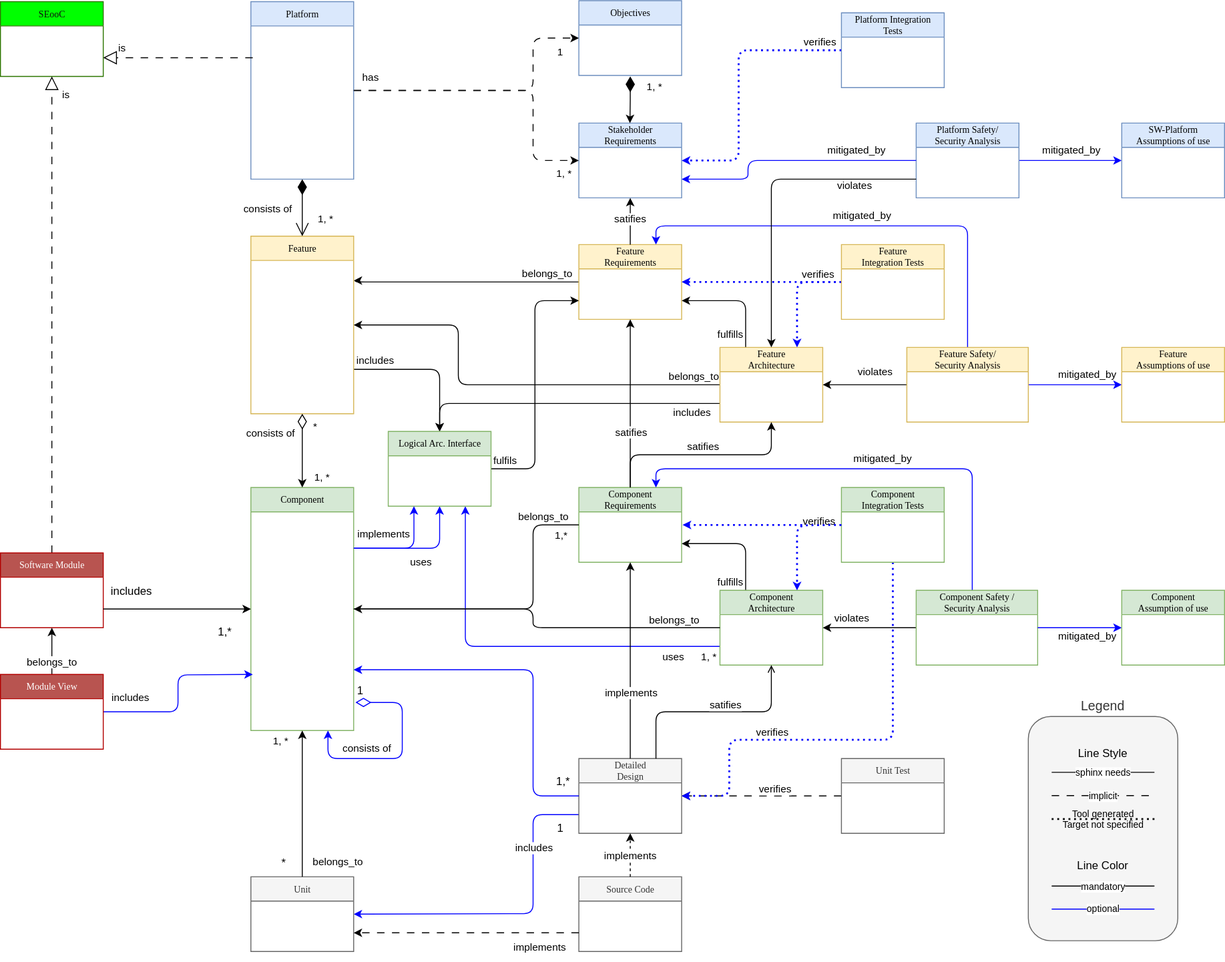
Before: main/_images/score_building_blocks_meta_model.drawio.svg, a diagram exported from draw.io (qorix-group/process_description). Source tidied: cells renumbered, new cells last; positions are measured from the earlier drawing's top-left corner, leaving out a move shared by most shapes.
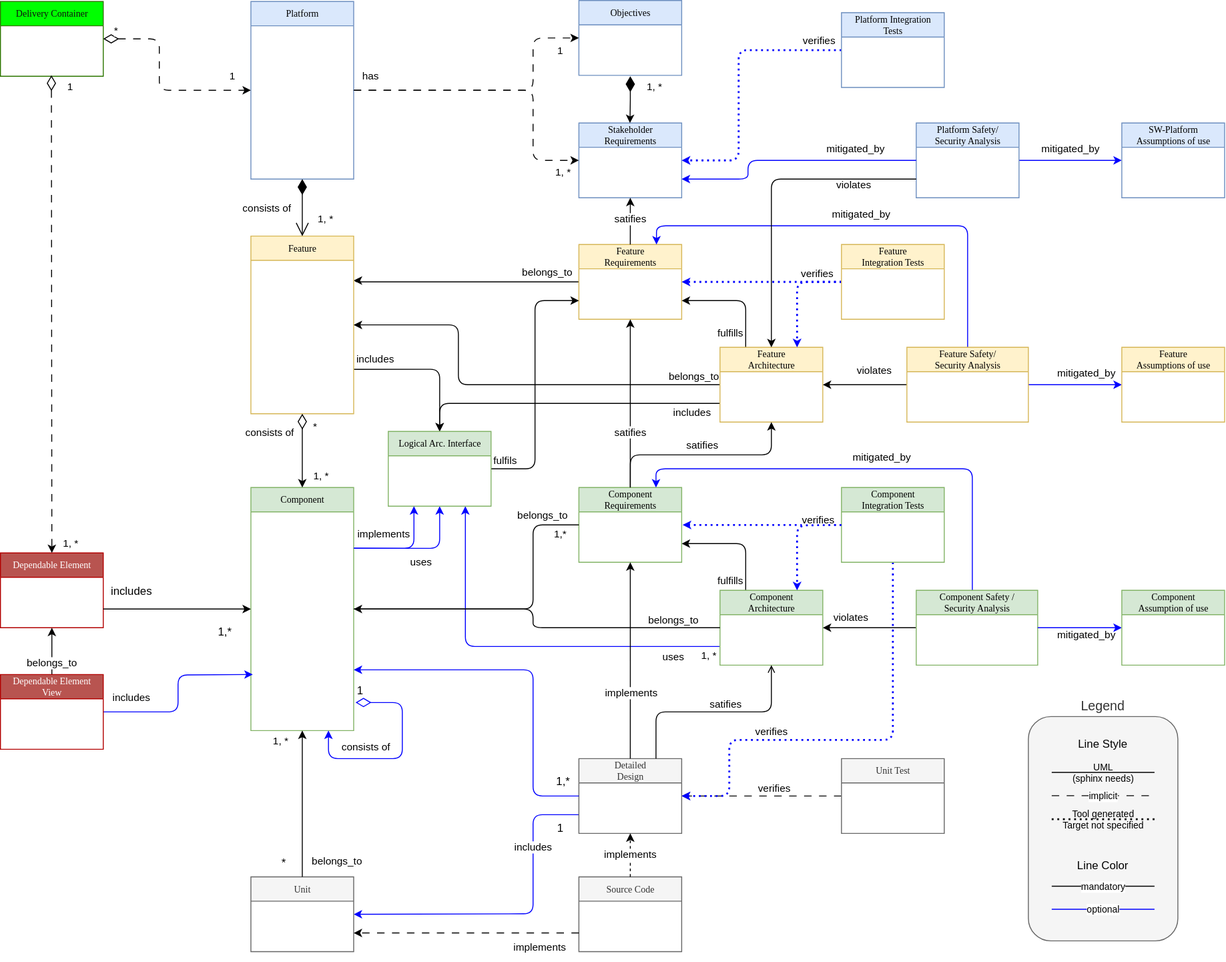
The same diagram one commit later.

Diff of the diagram source:
```diff
@@ -37,12 +37,9 @@
     <mxCell id="9" value="Component" style="swimlane;html=1;fontStyle=0;horizontal=1;startSize=26;fillColor=#d5e8d4;swimlaneFillColor=#ffffff;rounded=0;shadow=0;comic=0;labelBackgroundColor=none;strokeWidth=1;fontFamily=Verdana;fontSize=10;align=center;strokeColor=#82b366;" parent="1" vertex="1">
       <mxGeometry x="268" y="521" width="110" height="260" as="geometry" />
     </mxCell>
-    <mxCell id="10" value="SEooC" style="swimlane;html=1;fontStyle=0;horizontal=1;startSize=26;fillColor=#00FF00;swimlaneFillColor=#ffffff;rounded=0;shadow=0;comic=0;labelBackgroundColor=none;strokeWidth=1;fontFamily=Verdana;fontSize=10;align=center;fontColor=#0F0F0F;strokeColor=#2D7600;" parent="1" vertex="1">
+    <mxCell id="10" value="Delivery Container" style="swimlane;html=1;fontStyle=0;horizontal=1;startSize=26;fillColor=#00FF00;swimlaneFillColor=#ffffff;rounded=0;shadow=0;comic=0;labelBackgroundColor=none;strokeWidth=1;fontFamily=Verdana;fontSize=10;align=center;fontColor=#0F0F0F;strokeColor=#2D7600;" parent="1" vertex="1">
       <mxGeometry y="1" width="110" height="80" as="geometry" />
     </mxCell>
-    <mxCell id="11" value="is" style="endArrow=block;dashed=1;endFill=0;endSize=12;html=1;rounded=0;entryX=0.5;entryY=1;entryDx=0;entryDy=0;exitX=0.5;exitY=0;exitDx=0;exitDy=0;dashPattern=8 8;" parent="1" edge="1" source="67" target="10">
-      <mxGeometry x="0.92" y="-15" relative="1" as="geometry" />
-    </mxCell>
     <mxCell id="12" value="Feature&lt;br&gt;Requirements" style="swimlane;html=1;fontStyle=0;horizontal=1;startSize=26;fillColor=#fff2cc;swimlaneFillColor=#ffffff;rounded=0;shadow=0;comic=0;labelBackgroundColor=none;strokeWidth=1;fontFamily=Verdana;fontSize=10;align=center;strokeColor=#d6b656;" parent="1" vertex="1">
       <mxGeometry x="619" y="261" width="110" height="80" as="geometry" />
     </mxCell>
@@ -312,7 +309,7 @@
     <mxCell id="66" value="*" style="text;html=1;align=center;verticalAlign=middle;strokeColor=none;fillColor=none;fontSize=12;fontColor=#000000;" parent="1" vertex="1">
       <mxGeometry x="288" y="907.5" width="30" height="30" as="geometry" />
     </mxCell>
-    <mxCell id="67" value="Software Module" style="swimlane;html=1;fontStyle=0;horizontal=1;startSize=26;fillColor=#B85450;swimlaneFillColor=#ffffff;rounded=0;shadow=0;comic=0;labelBackgroundColor=none;strokeWidth=1;fontFamily=Verdana;fontSize=10;align=center;strokeColor=#B20000;fontColor=#ffffff;" parent="1" vertex="1">
+    <mxCell id="67" value="Dependable Element" style="swimlane;html=1;fontStyle=0;horizontal=1;startSize=26;fillColor=#B85450;swimlaneFillColor=#ffffff;rounded=0;shadow=0;comic=0;labelBackgroundColor=none;strokeWidth=1;fontFamily=Verdana;fontSize=10;align=center;strokeColor=#B20000;fontColor=#ffffff;" parent="1" vertex="1">
       <mxGeometry y="591" width="110" height="80" as="geometry" />
     </mxCell>
     <mxCell id="68" value="includes" style="html=1;verticalAlign=bottom;labelBackgroundColor=none;endArrow=classic;endFill=1;rounded=0;fontSize=12;fontColor=#000000;entryX=0;entryY=0.5;entryDx=0;entryDy=0;" parent="1" edge="1" target="9">
@@ -334,11 +331,6 @@
         <mxPoint x="13" as="offset" />
       </mxGeometry>
     </mxCell>
-    <mxCell id="72" value="is" style="endArrow=block;dashed=1;endFill=0;endSize=12;html=1;rounded=0;entryX=1;entryY=0.75;entryDx=0;entryDy=0;dashPattern=8 8;" parent="1" edge="1" target="10">
-      <mxGeometry x="0.75" y="-10" relative="1" as="geometry">
-        <mxPoint x="270" y="61" as="sourcePoint" />
-      </mxGeometry>
-    </mxCell>
     <mxCell id="73" style="edgeStyle=orthogonalEdgeStyle;rounded=0;jettySize=auto;html=1;entryX=1;entryY=0.5;entryDx=0;entryDy=0;" parent="1" edge="1" source="76" target="18">
       <mxGeometry relative="1" as="geometry" />
     </mxCell>
@@ -536,7 +528,7 @@
     <mxCell id="116" value="Legend" style="rounded=1;whiteSpace=wrap;html=1;verticalAlign=bottom;labelPosition=center;verticalLabelPosition=top;align=center;fontSize=14;fillColor=#f5f5f5;fontColor=#333333;strokeColor=#666666;" parent="1" vertex="1">
       <mxGeometry x="1100" y="766" width="160" height="240" as="geometry" />
     </mxCell>
-    <mxCell id="117" value="sphinx needs" style="endArrow=none;html=1;fontSize=10;" parent="1" edge="1">
+    <mxCell id="117" value="UML&lt;div&gt;(sphinx needs)&lt;/div&gt;" style="endArrow=none;html=1;fontSize=10;verticalAlign=middle;labelBackgroundColor=none;" parent="1" edge="1">
       <mxGeometry relative="1" as="geometry">
         <mxPoint x="1125" y="825.8" as="sourcePoint" />
         <mxPoint x="1235" y="825.8" as="targetPoint" />
@@ -568,7 +560,7 @@
     <mxCell id="122" value="belongs_to" style="edgeStyle=none;html=1;exitX=0.5;exitY=0;exitDx=0;exitDy=0;entryX=0.5;entryY=1;entryDx=0;entryDy=0;strokeColor=#000000;" parent="1" edge="1" source="123" target="67">
       <mxGeometry x="-0.5" relative="1" as="geometry" />
     </mxCell>
-    <mxCell id="123" value="Module View" style="swimlane;html=1;fontStyle=0;horizontal=1;startSize=26;fillColor=#B85450;swimlaneFillColor=#ffffff;rounded=0;shadow=0;comic=0;labelBackgroundColor=none;strokeWidth=1;fontFamily=Verdana;fontSize=10;align=center;strokeColor=#B20000;fontColor=#ffffff;" parent="1" vertex="1">
+    <mxCell id="123" value="Dependable Element&lt;br&gt;View" style="swimlane;html=1;fontStyle=0;horizontal=1;startSize=26;fillColor=#B85450;swimlaneFillColor=#ffffff;rounded=0;shadow=0;comic=0;labelBackgroundColor=none;strokeWidth=1;fontFamily=Verdana;fontSize=10;align=center;strokeColor=#B20000;fontColor=#ffffff;" parent="1" vertex="1">
       <mxGeometry y="721" width="110" height="80" as="geometry" />
     </mxCell>
     <mxCell id="124" value="Tool generated&lt;br&gt;Target not specified" style="endArrow=none;html=1;entryX=0.778;entryY=0.19;entryDx=0;entryDy=0;entryPerimeter=0;dashed=1;dashPattern=1 2;labelBackgroundColor=none;fontSize=10;strokeWidth=2;spacing=2;" parent="1" edge="1">
@@ -581,7 +573,7 @@
       <mxGeometry x="1150" y="911" width="60" height="30" as="geometry" />
     </mxCell>
     <mxCell id="126" value="Line Style" style="text;html=1;align=center;verticalAlign=middle;whiteSpace=wrap;rounded=0;fontSize=12;" parent="1" vertex="1">
-      <mxGeometry x="1150" y="791" width="60" height="30" as="geometry" />
+      <mxGeometry x="1150" y="781" width="60" height="30" as="geometry" />
     </mxCell>
     <mxCell id="127" value="implements" style="edgeStyle=orthogonalEdgeStyle;html=1;exitX=1;exitY=0.25;exitDx=0;exitDy=0;entryX=0.25;entryY=1;entryDx=0;entryDy=0;labelBackgroundColor=none;strokeColor=#0000FF;" parent="1" edge="1" source="9" target="115">
       <mxGeometry x="-0.42" y="15" relative="1" as="geometry">
@@ -590,5 +582,28 @@
         </Array>
       </mxGeometry>
     </mxCell>
+    <mxCell id="128" value="1" style="endArrow=classic;html=1;endSize=6;startArrow=diamondThin;startSize=14;startFill=0;align=left;verticalAlign=bottom;rounded=0;endFill=1;exitX=0.5;exitY=1;exitDx=0;exitDy=0;entryX=0.5;entryY=0;entryDx=0;entryDy=0;dashed=1;dashPattern=8 8;" parent="1" edge="1" target="67">
+      <mxGeometry x="-0.92" y="15" relative="1" as="geometry">
+        <mxPoint x="54.5" y="80" as="sourcePoint" />
+      </mxGeometry>
+    </mxCell>
+    <mxCell id="129" value="1, *" style="edgeLabel;html=1;align=center;verticalAlign=middle;" parent="128" vertex="1">
+      <mxGeometry x="0.69" y="7" relative="1" as="geometry">
+        <mxPoint x="13" y="70" as="offset" />
+      </mxGeometry>
+    </mxCell>
+    <mxCell id="130" value="*" style="endArrow=classic;html=1;endSize=6;startArrow=diamondThin;startSize=14;startFill=0;align=left;verticalAlign=bottom;rounded=1;endFill=1;exitX=1;exitY=0.5;exitDx=0;exitDy=0;entryX=0;entryY=0.5;entryDx=0;entryDy=0;curved=0;dashed=1;dashPattern=8 8;" parent="1" edge="1" source="10" target="39">
+      <mxGeometry x="-0.91" relative="1" as="geometry">
+        <Array as="points">
+          <mxPoint x="170" y="41" />
+          <mxPoint x="170" y="96" />
+        </Array>
+      </mxGeometry>
+    </mxCell>
+    <mxCell id="131" value="1" style="edgeLabel;html=1;align=center;verticalAlign=middle;" parent="130" vertex="1">
+      <mxGeometry x="0.69" y="7" relative="1" as="geometry">
+        <mxPoint x="13" y="-8" as="offset" />
+      </mxGeometry>
+    </mxCell>
   </root>
 </mxGraphModel>
```
